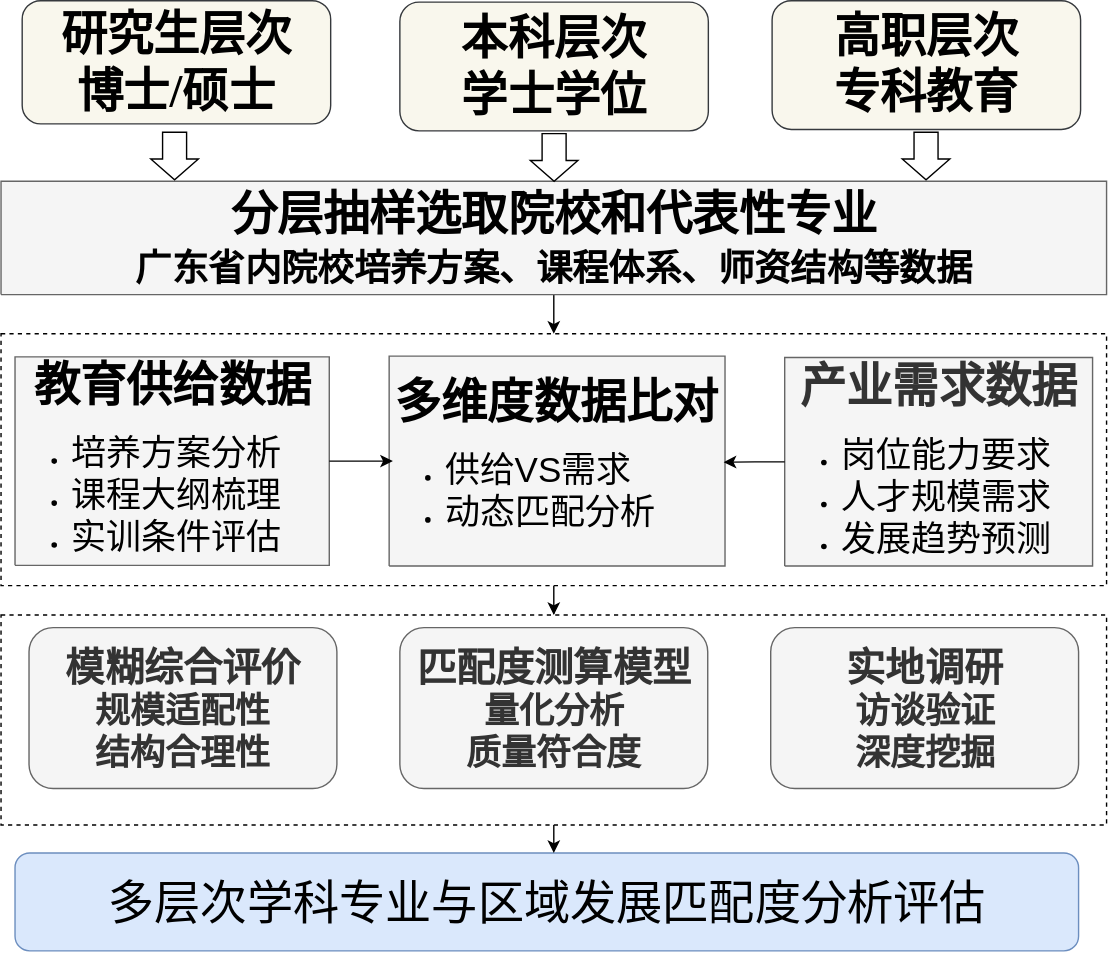
Before: 图5.drawio.svg, a diagram exported from draw.io (handsome-tony/picture). Source tidied: cells renumbered, new cells last; positions are measured from the earlier drawing's top-left corner, leaving out a move shared by most shapes.
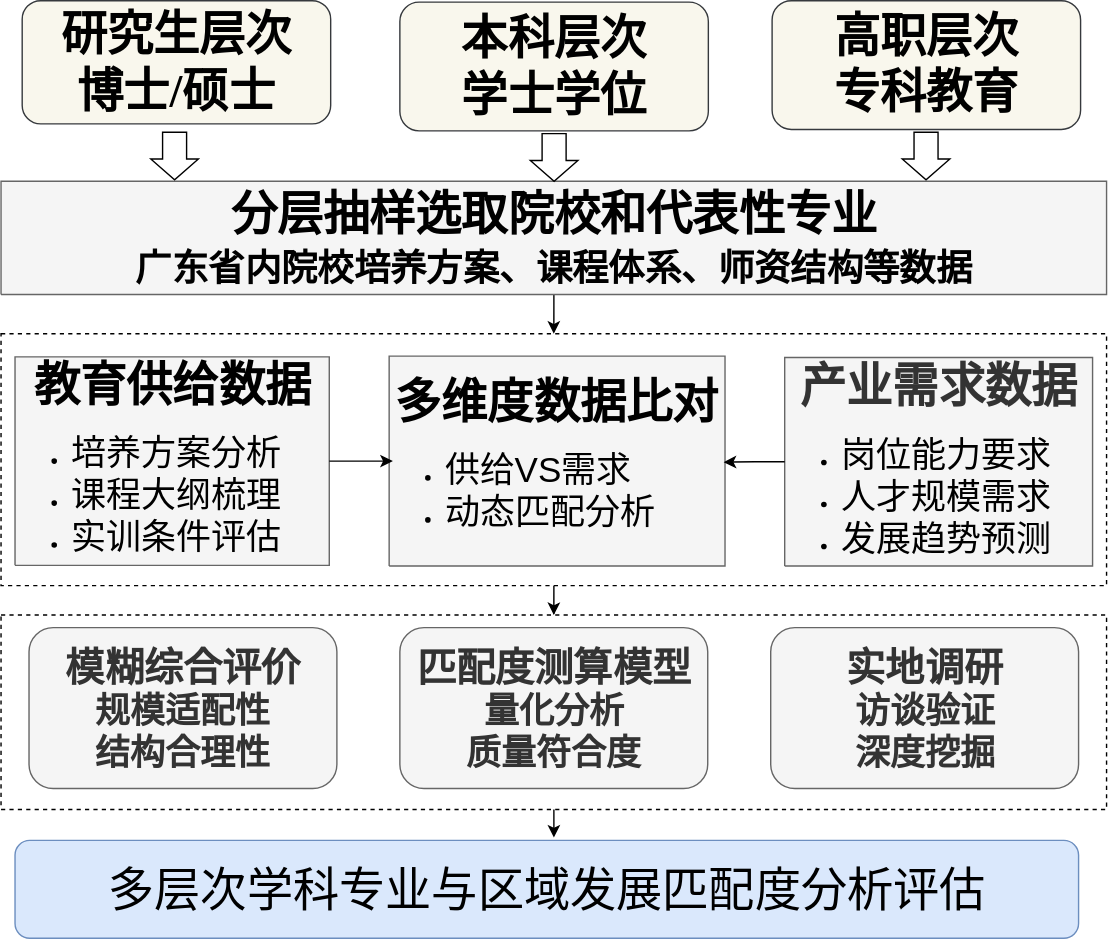
The same diagram one commit later.

Change to the diagram source:
```diff
@@ -6,7 +6,7 @@
       <mxGeometry y="238" width="790" height="180" as="geometry" />
     </mxCell>
     <mxCell id="3" style="rounded=0;whiteSpace=wrap;html=1;dashed=1;fillStyle=hatch;" parent="1" vertex="1">
-      <mxGeometry y="439" width="790" height="150" as="geometry" />
+      <mxGeometry y="439" width="790" height="139" as="geometry" />
     </mxCell>
     <mxCell id="4" style="edgeStyle=orthogonalEdgeStyle;rounded=0;jettySize=auto;html=1;entryX=0.5;entryY=0;entryDx=0;entryDy=0;" parent="1" edge="1" source="5" target="2">
       <mxGeometry relative="1" as="geometry" />
@@ -42,7 +42,7 @@
       <mxGeometry x="550" y="448" width="220" height="115" as="geometry" />
     </mxCell>
     <mxCell id="15" value="&lt;span style=&quot;background-image: initial; background-position: initial; background-size: initial; background-repeat: initial; background-attachment: initial; background-origin: initial; background-clip: initial;&quot;&gt;&lt;font face=&quot;Helvetica&quot; style=&quot;font-size: 33px;&quot;&gt;多层次学科专业与区域发展匹配度分析评估&lt;/font&gt;&lt;/span&gt;" style="rounded=1;whiteSpace=wrap;html=1;fillColor=#dae8fc;strokeColor=#6c8ebf;" parent="1" vertex="1">
-      <mxGeometry x="10" y="609" width="760" height="70" as="geometry" />
+      <mxGeometry x="10" y="600" width="760" height="70" as="geometry" />
     </mxCell>
     <mxCell id="16" value="&lt;div&gt;&lt;span style=&quot;background-color: transparent; font-size: 33px;&quot;&gt;&lt;font face=&quot;SimSun&quot;&gt;&lt;b&gt;产业需求数据&lt;/b&gt;&lt;/font&gt;&lt;/span&gt;&lt;/div&gt;&lt;div&gt;&lt;ul style=&quot;font-size: 12px; color: rgb(0, 0, 0);&quot;&gt;&lt;li style=&quot;text-align: left;&quot;&gt;&lt;font style=&quot;font-size: 25px;&quot;&gt;岗位能力要求&lt;/font&gt;&lt;/li&gt;&lt;li style=&quot;text-align: left;&quot;&gt;&lt;font style=&quot;font-size: 25px;&quot;&gt;人才规模需求&lt;/font&gt;&lt;/li&gt;&lt;li style=&quot;text-align: left;&quot;&gt;&lt;font style=&quot;font-size: 25px;&quot;&gt;发展趋势预测&lt;/font&gt;&lt;/li&gt;&lt;/ul&gt;&lt;/div&gt;" style="verticalAlign=middle;align=center;overflow=width;vsdxID=4;fillColor=#f5f5f5;shape=(stored shape, 160 characters);strokeColor=#666666;spacingTop=-1;spacingBottom=-1;spacingLeft=-1;spacingRight=-1;points=[];labelBackgroundColor=none;rounded=0;html=1;whiteSpace=wrap;fontSize=28;fontColor=#333333;" parent="1" vertex="1">
       <mxGeometry x="560" y="255" width="220" height="149" as="geometry" />
@@ -62,7 +62,7 @@
     <mxCell id="21" style="edgeStyle=orthogonalEdgeStyle;rounded=0;jettySize=auto;html=1;entryX=0.5;entryY=0;entryDx=0;entryDy=0;" parent="1" edge="1" source="2" target="3">
       <mxGeometry relative="1" as="geometry" />
     </mxCell>
-    <mxCell id="22" style="edgeStyle=orthogonalEdgeStyle;rounded=0;jettySize=auto;html=1;entryX=0.506;entryY=0.014;entryDx=0;entryDy=0;entryPerimeter=0;" parent="1" edge="1" source="3" target="15">
+    <mxCell id="22" style="edgeStyle=orthogonalEdgeStyle;rounded=0;jettySize=auto;html=1;entryX=0.507;entryY=-0.029;entryDx=0;entryDy=0;entryPerimeter=0;" parent="1" edge="1" source="3" target="15">
       <mxGeometry relative="1" as="geometry" />
     </mxCell>
   </root>
```
